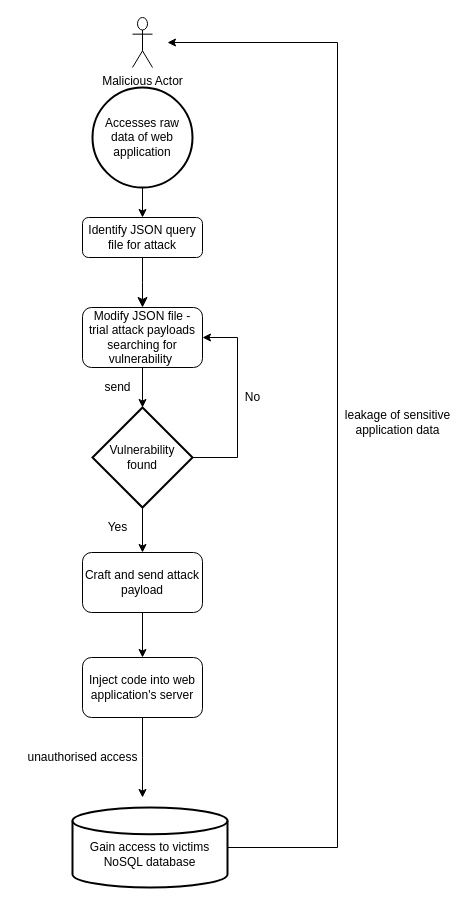
Earlier version of the draw.io diagram Injection attack.drawio (Richard-A-llen/Python). Source tidied: cells renumbered, new cells numbered last; positions are measured from the earlier drawing's top-left corner, leaving out a move shared by most shapes. Both pictures are drawn from the tidied source at 100%, with x=0, y=0 at pixel (17, 17).
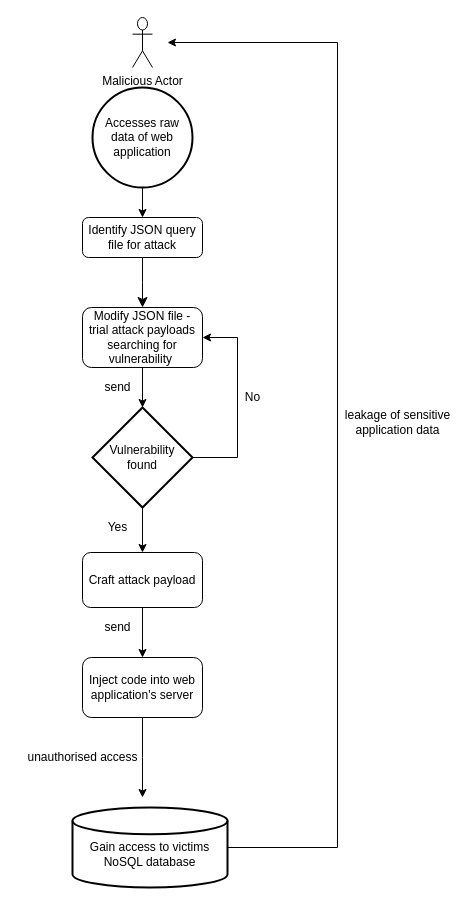
After the change.

Change to the diagram source:
```diff
@@
-    <mxCell id="11" value="Craft and send attack payload" style="rounded=1;whiteSpace=wrap;html=1;" parent="1" vertex="1">
-      <mxGeometry x="65" y="535" width="120" height="60" as="geometry" />
+    <mxCell id="11" value="Craft attack payload" style="rounded=1;whiteSpace=wrap;html=1;" parent="1" vertex="1">
+      <mxGeometry x="65" y="535" width="120" height="55" as="geometry" />
     </mxCell>
@@
+    <mxCell id="23" value="send" style="text;html=1;align=center;verticalAlign=middle;strokeColor=none;fillColor=none;" parent="1" vertex="1">
+      <mxGeometry x="80" y="600" width="40" height="20" as="geometry" />
+    </mxCell>
```
